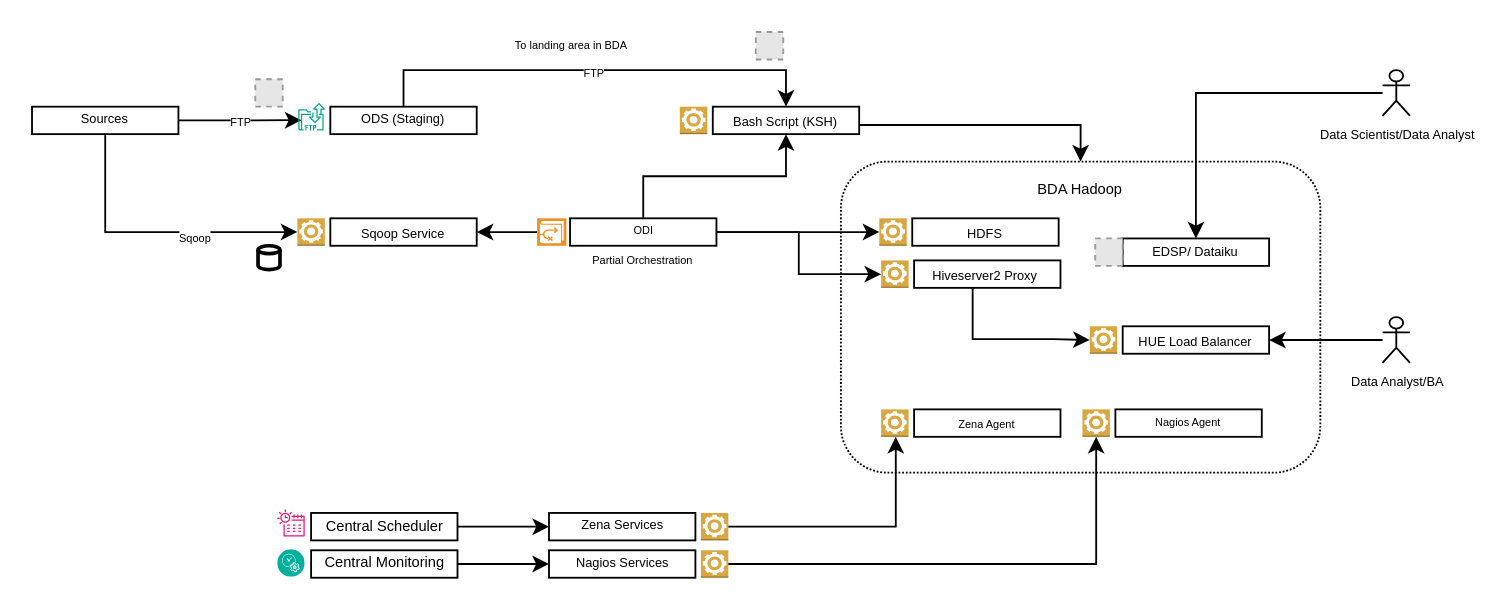
Earlier version of the draw.io diagram Logical BDA Services.drawio (agileox/architecture). Source tidied: cells renumbered, new cells numbered last; positions are measured from the earlier drawing's top-left corner, leaving out a move shared by most shapes. Both pictures are drawn from the tidied source at 183%, with x=0, y=0 at pixel (31, 31). Pictures stored in the file or linked from it are replaced by grey dashed boxes.
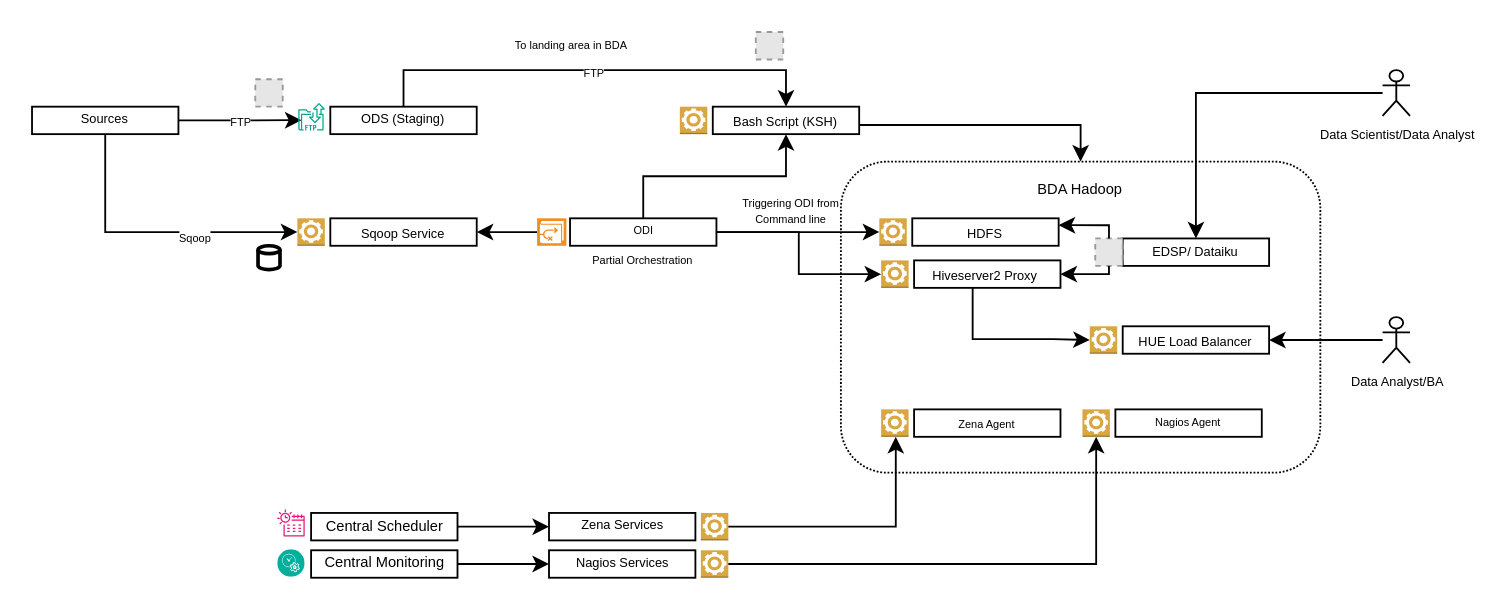
Above is the later version.

Unchanged cells that the change refers to:
```xml
<mxCell id="18" value="Hiveserver2 Proxy&amp;nbsp;" style="rounded=0;whiteSpace=wrap;html=1;verticalAlign=bottom;fontSize=7;" parent="17" vertex="1">
  <mxGeometry x="18" width="80" height="15" as="geometry" />
</mxCell>
<mxCell id="47" value="&lt;span style=&quot;font-size: 7px;&quot;&gt;HDFS&lt;/span&gt;" style="rounded=0;whiteSpace=wrap;html=1;verticalAlign=bottom;fontSize=7;" parent="46" vertex="1">
  <mxGeometry x="18" width="80" height="15" as="geometry" />
</mxCell>
<mxCell id="53" style="fillColor=#E6E6E6;strokeColor=#999999;dashed=1;html=1;verticalAlign=top;verticalLabelPosition=bottom;labelBackgroundColor=#ffffff;" parent="51" vertex="1">
  <mxGeometry width="15" height="15" as="geometry" />
</mxCell>
```

The edit, as a diff of the source:
```diff
@@
+    <mxCell id="70" style="edgeStyle=orthogonalEdgeStyle;rounded=0;jettySize=auto;html=1;entryX=1;entryY=0.25;entryDx=0;entryDy=0;" parent="1" edge="1" source="53" target="47">
+      <mxGeometry relative="1" as="geometry">
+        <Array as="points">
+          <mxPoint x="588" y="106" />
+          <mxPoint x="561" y="106" />
+        </Array>
+      </mxGeometry>
+    </mxCell>
+    <mxCell id="71" style="edgeStyle=orthogonalEdgeStyle;rounded=0;jettySize=auto;html=1;entryX=1;entryY=0.5;entryDx=0;entryDy=0;" parent="1" edge="1" source="53" target="18">
+      <mxGeometry relative="1" as="geometry">
+        <Array as="points">
+          <mxPoint x="588" y="132" />
+        </Array>
+      </mxGeometry>
+    </mxCell>
+    <mxCell id="72" value="&lt;font style=&quot;font-size: 6px;&quot;&gt;Triggering ODI from Command line&lt;/font&gt;" style="text;html=1;strokeColor=none;fillColor=none;align=center;verticalAlign=middle;whiteSpace=wrap;rounded=0;fontSize=7;" parent="1" vertex="1">
+      <mxGeometry x="374" y="92.8" width="82" height="10" as="geometry" />
+    </mxCell>
```
